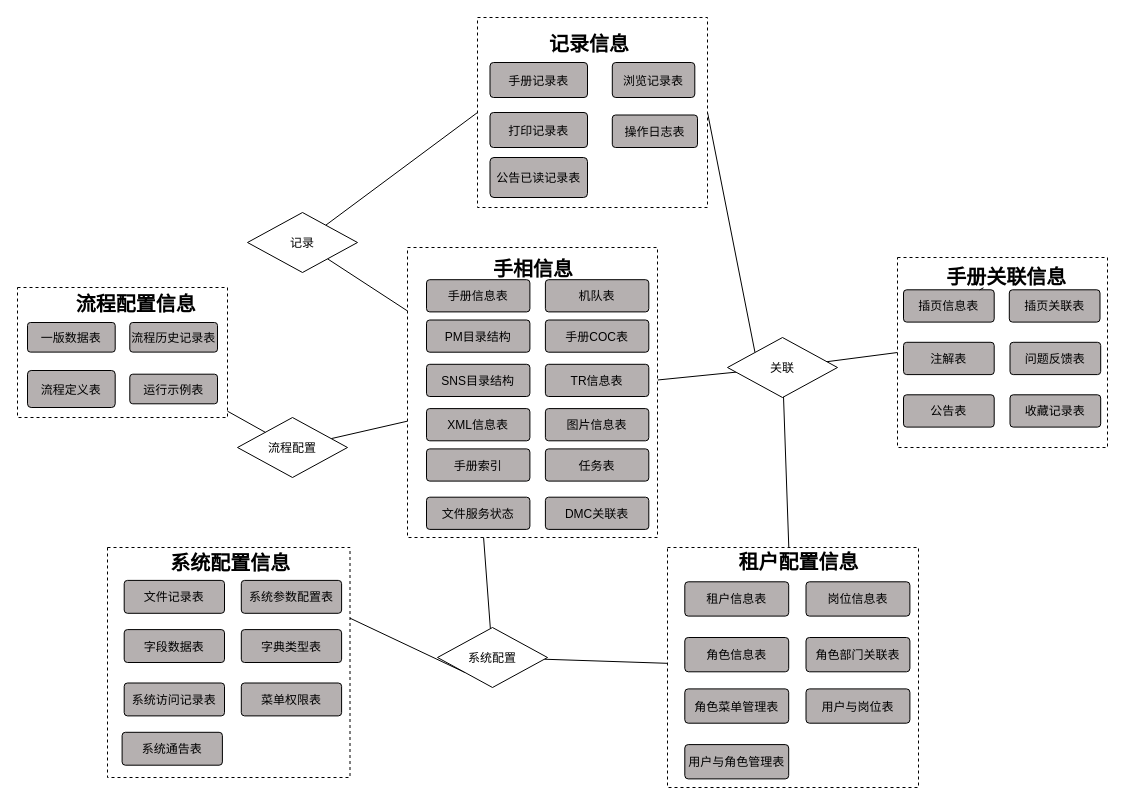
Earlier version of the draw.io diagram 数据结构图.drawio (DemonHan/KuickBuy). Source tidied: cells renumbered, new cells numbered last; positions are measured from the earlier drawing's top-left corner, leaving out a move shared by most shapes. Both pictures are drawn from the tidied source at 100%, with x=0, y=0 at pixel (17, 17).
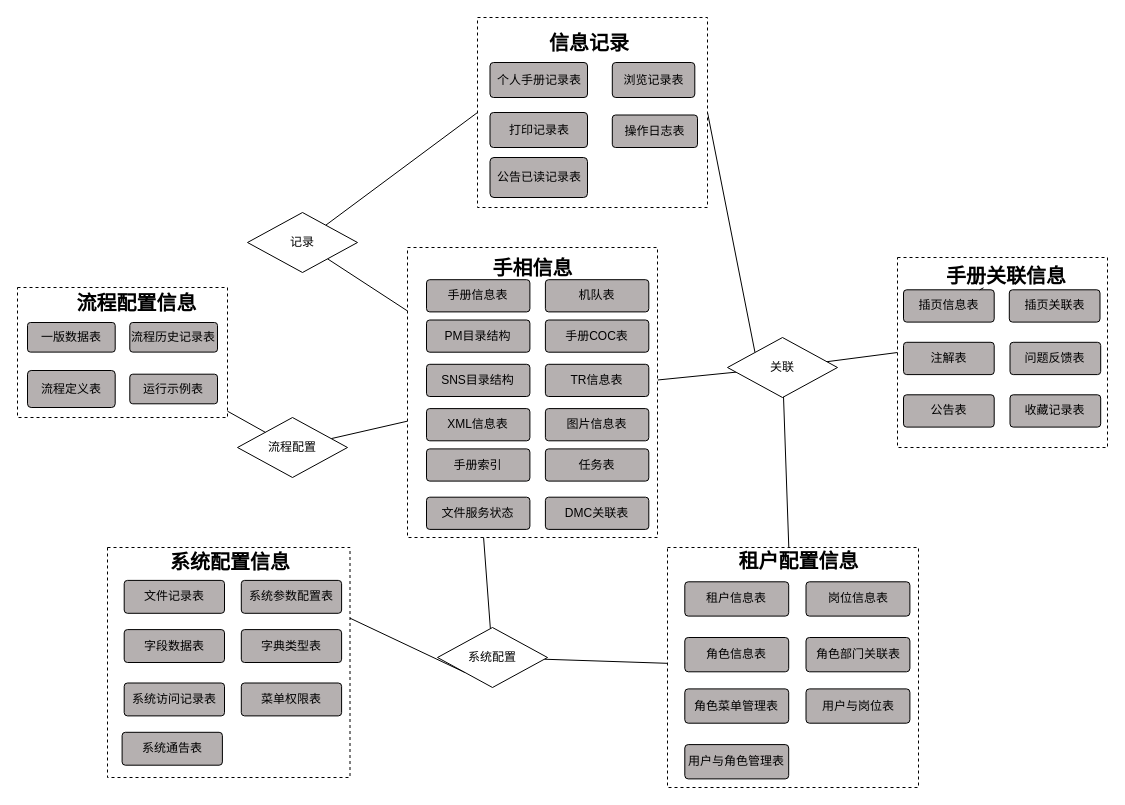
The same page after the edit.

Commit message (it also covers changes not shown here):
更新数据结构图.drawio

The edit, as a diff of the source:
```diff
@@
-    <mxCell id="3" style="rounded=0;dashed=1;" parent="1" vertex="1">
+    <mxCell id="3" style="rounded=0;dashed=1;whiteSpace=wrap;" parent="1" vertex="1">
       <mxGeometry x="460" width="230" height="190" as="geometry" />
     </mxCell>
@@
-    <mxCell id="8" value="关联" style="rhombus;" parent="1" vertex="1">
+    <mxCell id="8" value="关联" style="rhombus;whiteSpace=wrap;" parent="1" vertex="1">
       <mxGeometry x="710" y="320" width="110" height="60" as="geometry" />
     </mxCell>
@@
-    <mxCell id="10" value="浏览记录表" style="rounded=1;arcSize=10;align=center;fillColor=#b5b0b0;" parent="1" vertex="1">
+    <mxCell id="10" value="浏览记录表" style="rounded=1;arcSize=10;align=center;fillColor=#b5b0b0;whiteSpace=wrap;" parent="1" vertex="1">
       <mxGeometry x="594.8" y="45" width="82.5" height="35" as="geometry" />
     </mxCell>
-    <mxCell id="11" value="手册记录表" style="rounded=1;arcSize=10;align=center;fillColor=#b5b0b0;" parent="1" vertex="1">
+    <mxCell id="11" value="个人手册记录表" style="rounded=1;arcSize=10;align=center;fillColor=#b5b0b0;whiteSpace=wrap;" parent="1" vertex="1">
       <mxGeometry x="472.5" y="45" width="97.5" height="35" as="geometry" />
     </mxCell>
-    <mxCell id="12" value="打印记录表" style="rounded=1;arcSize=10;align=center;fillColor=#b5b0b0;" parent="1" vertex="1">
+    <mxCell id="12" value="打印记录表" style="rounded=1;arcSize=10;align=center;fillColor=#b5b0b0;whiteSpace=wrap;" parent="1" vertex="1">
       <mxGeometry x="472.5" y="95" width="97.5" height="35" as="geometry" />
     </mxCell>
@@
-    <mxCell id="15" value="记录信息" style="text;strokeColor=none;fillColor=none;align=center;verticalAlign=middle;rounded=0;fontSize=20;fontStyle=1;" parent="1" vertex="1">
+    <mxCell id="15" value="信息记录" style="text;strokeColor=none;fillColor=none;align=center;verticalAlign=middle;rounded=0;fontSize=20;fontStyle=1;whiteSpace=wrap;" parent="1" vertex="1">
       <mxGeometry x="527" y="10" width="90" height="30" as="geometry" />
     </mxCell>
-    <mxCell id="16" value="操作日志表" style="rounded=1;arcSize=10;align=center;fillColor=#b5b0b0;" parent="1" vertex="1">
+    <mxCell id="16" value="操作日志表" style="rounded=1;arcSize=10;align=center;fillColor=#b5b0b0;whiteSpace=wrap;" parent="1" vertex="1">
       <mxGeometry x="594.8" y="97.5" width="85.2" height="32.5" as="geometry" />
     </mxCell>
-    <mxCell id="17" value="记录" style="rhombus;" parent="1" vertex="1">
+    <mxCell id="17" value="记录" style="rhombus;whiteSpace=wrap;" parent="1" vertex="1">
       <mxGeometry x="230" y="195" width="110" height="60" as="geometry" />
     </mxCell>
-    <mxCell id="18" value="公告已读记录表" style="rounded=1;arcSize=10;align=center;fillColor=#b5b0b0;" parent="1" vertex="1">
+    <mxCell id="18" value="公告已读记录表" style="rounded=1;arcSize=10;align=center;fillColor=#b5b0b0;whiteSpace=wrap;" parent="1" vertex="1">
       <mxGeometry x="472.5" y="140" width="97.5" height="40" as="geometry" />
     </mxCell>
@@
-    <mxCell id="20" value="系统配置" style="rhombus;" parent="1" vertex="1">
+    <mxCell id="20" value="系统配置" style="rhombus;whiteSpace=wrap;" parent="1" vertex="1">
       <mxGeometry x="420" y="610" width="110" height="60" as="geometry" />
     </mxCell>
@@
-    <mxCell id="22" value="流程配置" style="rhombus;" parent="1" vertex="1">
+    <mxCell id="22" value="流程配置" style="rhombus;whiteSpace=wrap;" parent="1" vertex="1">
       <mxGeometry x="220" y="400" width="110" height="60" as="geometry" />
     </mxCell>
-    <mxCell id="23" style="group;labelBorderColor=default;" parent="1" vertex="1">
+    <mxCell id="23" style="group;labelBorderColor=default;whiteSpace=wrap;" parent="1" vertex="1">
       <mxGeometry x="90" y="530" width="242.5" height="230" as="geometry" />
     </mxCell>
-    <mxCell id="24" style="rounded=0;dashed=1;" parent="23" vertex="1">
+    <mxCell id="24" style="rounded=0;dashed=1;whiteSpace=wrap;" parent="23" vertex="1">
       <mxGeometry width="242.5" height="230" as="geometry" />
     </mxCell>
-    <mxCell id="25" value="文件记录表" style="rounded=1;arcSize=10;align=center;fillColor=#b5b0b0;" parent="23" vertex="1">
+    <mxCell id="25" value="文件记录表" style="rounded=1;arcSize=10;align=center;fillColor=#b5b0b0;whiteSpace=wrap;" parent="23" vertex="1">
       <mxGeometry x="16.7" y="32.9" width="100.3" height="32.9" as="geometry" />
     </mxCell>
-    <mxCell id="26" value="系统配置信息" style="text;strokeColor=none;fillColor=none;align=center;verticalAlign=middle;rounded=0;fontSize=20;fontStyle=1;" parent="23" vertex="1">
+    <mxCell id="26" value="系统配置信息" style="text;strokeColor=none;fillColor=none;align=center;verticalAlign=middle;rounded=0;fontSize=20;fontStyle=1;whiteSpace=wrap;" parent="23" vertex="1">
       <mxGeometry x="60" y="2" width="126.4" height="24.6" as="geometry" />
     </mxCell>
-    <mxCell id="27" value="系统参数配置表" style="rounded=1;arcSize=10;align=center;fillColor=#b5b0b0;" parent="23" vertex="1">
+    <mxCell id="27" value="系统参数配置表" style="rounded=1;arcSize=10;align=center;fillColor=#b5b0b0;whiteSpace=wrap;" parent="23" vertex="1">
       <mxGeometry x="133.8" y="32.9" width="100.3" height="32.9" as="geometry" />
     </mxCell>
-    <mxCell id="28" value="字段数据表" style="rounded=1;arcSize=10;align=center;fillColor=#b5b0b0;" parent="23" vertex="1">
+    <mxCell id="28" value="字段数据表" style="rounded=1;arcSize=10;align=center;fillColor=#b5b0b0;whiteSpace=wrap;" parent="23" vertex="1">
       <mxGeometry x="16.7" y="82.1" width="100.3" height="32.9" as="geometry" />
     </mxCell>
-    <mxCell id="29" value="字典类型表" style="rounded=1;arcSize=10;align=center;fillColor=#b5b0b0;" parent="23" vertex="1">
+    <mxCell id="29" value="字典类型表" style="rounded=1;arcSize=10;align=center;fillColor=#b5b0b0;whiteSpace=wrap;" parent="23" vertex="1">
       <mxGeometry x="133.8" y="82.1" width="100.3" height="32.9" as="geometry" />
     </mxCell>
-    <mxCell id="30" value="系统访问记录表" style="rounded=1;arcSize=10;align=center;fillColor=#b5b0b0;" parent="23" vertex="1">
+    <mxCell id="30" value="系统访问记录表" style="rounded=1;arcSize=10;align=center;fillColor=#b5b0b0;whiteSpace=wrap;" parent="23" vertex="1">
       <mxGeometry x="16.7" y="135.5" width="100.3" height="32.9" as="geometry" />
     </mxCell>
-    <mxCell id="31" value="菜单权限表" style="rounded=1;arcSize=10;align=center;fillColor=#b5b0b0;" parent="23" vertex="1">
+    <mxCell id="31" value="菜单权限表" style="rounded=1;arcSize=10;align=center;fillColor=#b5b0b0;whiteSpace=wrap;" parent="23" vertex="1">
       <mxGeometry x="133.8" y="135.5" width="100.3" height="32.9" as="geometry" />
     </mxCell>
-    <mxCell id="32" value="系统通告表" style="rounded=1;arcSize=10;align=center;fillColor=#b5b0b0;" parent="23" vertex="1">
+    <mxCell id="32" value="系统通告表" style="rounded=1;arcSize=10;align=center;fillColor=#b5b0b0;whiteSpace=wrap;" parent="23" vertex="1">
       <mxGeometry x="14.6" y="184.8" width="100.3" height="32.9" as="geometry" />
     </mxCell>
-    <mxCell id="33" style="group;" parent="1" vertex="1">
+    <mxCell id="33" style="group;whiteSpace=wrap;" parent="1" vertex="1">
       <mxGeometry x="650" y="530" width="251" height="240" as="geometry" />
     </mxCell>
-    <mxCell id="34" style="rounded=0;dashed=1;" parent="33" vertex="1">
+    <mxCell id="34" style="rounded=0;dashed=1;whiteSpace=wrap;" parent="33" vertex="1">
       <mxGeometry width="251" height="240" as="geometry" />
     </mxCell>
-    <mxCell id="35" value="岗位信息表" style="rounded=1;arcSize=10;align=center;fillColor=#b5b0b0;" parent="33" vertex="1">
+    <mxCell id="35" value="岗位信息表" style="rounded=1;arcSize=10;align=center;fillColor=#b5b0b0;whiteSpace=wrap;" parent="33" vertex="1">
       <mxGeometry x="138.5" y="34.3" width="103.9" height="34.3" as="geometry" />
     </mxCell>
-    <mxCell id="36" value="租户信息表" style="rounded=1;arcSize=10;align=center;fillColor=#b5b0b0;" parent="33" vertex="1">
+    <mxCell id="36" value="租户信息表" style="rounded=1;arcSize=10;align=center;fillColor=#b5b0b0;whiteSpace=wrap;" parent="33" vertex="1">
       <mxGeometry x="17.3" y="34.3" width="103.9" height="34.3" as="geometry" />
     </mxCell>
-    <mxCell id="37" value="租户配置信息" style="text;strokeColor=none;fillColor=none;align=center;verticalAlign=middle;rounded=0;fontStyle=1;fontSize=20;" parent="33" vertex="1">
+    <mxCell id="37" value="租户配置信息" style="text;strokeColor=none;fillColor=none;align=center;verticalAlign=middle;rounded=0;fontStyle=1;fontSize=20;whiteSpace=wrap;" parent="33" vertex="1">
       <mxGeometry x="63.2" width="136.8" height="25.7" as="geometry" />
     </mxCell>
-    <mxCell id="38" value="角色信息表" style="rounded=1;arcSize=10;align=center;fillColor=#b5b0b0;" parent="33" vertex="1">
+    <mxCell id="38" value="角色信息表" style="rounded=1;arcSize=10;align=center;fillColor=#b5b0b0;whiteSpace=wrap;" parent="33" vertex="1">
       <mxGeometry x="17.3" y="90" width="103.9" height="34.3" as="geometry" />
     </mxCell>
-    <mxCell id="39" value="角色部门关联表" style="rounded=1;arcSize=10;align=center;fillColor=#b5b0b0;" parent="33" vertex="1">
+    <mxCell id="39" value="角色部门关联表" style="rounded=1;arcSize=10;align=center;fillColor=#b5b0b0;whiteSpace=wrap;" parent="33" vertex="1">
       <mxGeometry x="138.5" y="90" width="103.9" height="34.3" as="geometry" />
     </mxCell>
-    <mxCell id="40" value="角色菜单管理表" style="rounded=1;arcSize=10;align=center;fillColor=#b5b0b0;" parent="33" vertex="1">
+    <mxCell id="40" value="角色菜单管理表" style="rounded=1;arcSize=10;align=center;fillColor=#b5b0b0;whiteSpace=wrap;" parent="33" vertex="1">
       <mxGeometry x="17.3" y="141.4" width="103.9" height="34.3" as="geometry" />
     </mxCell>
-    <mxCell id="41" value="用户与岗位表" style="rounded=1;arcSize=10;align=center;fillColor=#b5b0b0;" parent="33" vertex="1">
+    <mxCell id="41" value="用户与岗位表" style="rounded=1;arcSize=10;align=center;fillColor=#b5b0b0;whiteSpace=wrap;" parent="33" vertex="1">
       <mxGeometry x="138.5" y="141.4" width="103.9" height="34.3" as="geometry" />
     </mxCell>
-    <mxCell id="42" value="用户与角色管理表" style="rounded=1;arcSize=10;align=center;fillColor=#b5b0b0;" parent="33" vertex="1">
+    <mxCell id="42" value="用户与角色管理表" style="rounded=1;arcSize=10;align=center;fillColor=#b5b0b0;whiteSpace=wrap;" parent="33" vertex="1">
       <mxGeometry x="17.3" y="197.1" width="103.9" height="34.3" as="geometry" />
     </mxCell>
-    <mxCell id="43" style="group;" parent="1" vertex="1">
+    <mxCell id="43" style="group;whiteSpace=wrap;" parent="1" vertex="1">
       <mxGeometry x="390" y="230" width="250" height="290" as="geometry" />
     </mxCell>
-    <mxCell id="44" style="rounded=0;dashed=1;" parent="43" vertex="1">
+    <mxCell id="44" style="rounded=0;dashed=1;whiteSpace=wrap;" parent="43" vertex="1">
       <mxGeometry width="250" height="290" as="geometry" />
     </mxCell>
-    <mxCell id="45" value="手册信息表" style="rounded=1;arcSize=10;align=center;fillColor=#b5b0b0;" parent="43" vertex="1">
+    <mxCell id="45" value="手册信息表" style="rounded=1;arcSize=10;align=center;fillColor=#b5b0b0;whiteSpace=wrap;" parent="43" vertex="1">
       <mxGeometry x="19" y="32.2" width="103.4" height="32.2" as="geometry" />
     </mxCell>
-    <mxCell id="46" value="机队表" style="rounded=1;arcSize=10;align=center;fillColor=#b5b0b0;" parent="43" vertex="1">
+    <mxCell id="46" value="机队表" style="rounded=1;arcSize=10;align=center;fillColor=#b5b0b0;whiteSpace=wrap;" parent="43" vertex="1">
       <mxGeometry x="137.9" y="32.2" width="103.4" height="32.2" as="geometry" />
     </mxCell>
-    <mxCell id="47" value="手册索引" style="rounded=1;arcSize=10;align=center;fillColor=#b5b0b0;" parent="43" vertex="1">
+    <mxCell id="47" value="手册索引" style="rounded=1;arcSize=10;align=center;fillColor=#b5b0b0;whiteSpace=wrap;" parent="43" vertex="1">
       <mxGeometry x="19" y="201.4" width="103.4" height="32.2" as="geometry" />
     </mxCell>
-    <mxCell id="48" value="任务表" style="rounded=1;arcSize=10;align=center;fillColor=#b5b0b0;" parent="43" vertex="1">
+    <mxCell id="48" value="任务表" style="rounded=1;arcSize=10;align=center;fillColor=#b5b0b0;whiteSpace=wrap;" parent="43" vertex="1">
       <mxGeometry x="137.9" y="201.4" width="103.4" height="32.2" as="geometry" />
     </mxCell>
-    <mxCell id="49" value="TR信息表" style="rounded=1;arcSize=10;align=center;fillColor=#b5b0b0;" parent="43" vertex="1">
+    <mxCell id="49" value="TR信息表" style="rounded=1;arcSize=10;align=center;fillColor=#b5b0b0;whiteSpace=wrap;" parent="43" vertex="1">
       <mxGeometry x="137.9" y="116.8" width="103.4" height="32.2" as="geometry" />
     </mxCell>
-    <mxCell id="50" value="手册COC表" style="rounded=1;arcSize=10;align=center;fillColor=#b5b0b0;" parent="43" vertex="1">
+    <mxCell id="50" value="手册COC表" style="rounded=1;arcSize=10;align=center;fillColor=#b5b0b0;whiteSpace=wrap;" parent="43" vertex="1">
       <mxGeometry x="137.9" y="72.5" width="103.4" height="32.2" as="geometry" />
     </mxCell>
-    <mxCell id="51" value="SNS目录结构" style="rounded=1;arcSize=10;align=center;fillColor=#b5b0b0;" parent="43" vertex="1">
+    <mxCell id="51" value="SNS目录结构" style="rounded=1;arcSize=10;align=center;fillColor=#b5b0b0;whiteSpace=wrap;" parent="43" vertex="1">
       <mxGeometry x="19" y="116.8" width="103.4" height="32.2" as="geometry" />
     </mxCell>
-    <mxCell id="52" value="PM目录结构" style="rounded=1;arcSize=10;align=center;fillColor=#b5b0b0;" parent="43" vertex="1">
+    <mxCell id="52" value="PM目录结构" style="rounded=1;arcSize=10;align=center;fillColor=#b5b0b0;whiteSpace=wrap;" parent="43" vertex="1">
       <mxGeometry x="19" y="72.5" width="103.4" height="32.2" as="geometry" />
     </mxCell>
-    <mxCell id="53" value="XML信息表" style="rounded=1;arcSize=10;align=center;fillColor=#b5b0b0;" parent="43" vertex="1">
+    <mxCell id="53" value="XML信息表" style="rounded=1;arcSize=10;align=center;fillColor=#b5b0b0;whiteSpace=wrap;" parent="43" vertex="1">
       <mxGeometry x="19" y="161.1" width="103.4" height="32.2" as="geometry" />
     </mxCell>
-    <mxCell id="54" value="图片信息表" style="rounded=1;arcSize=10;align=center;fillColor=#b5b0b0;" parent="43" vertex="1">
+    <mxCell id="54" value="图片信息表" style="rounded=1;arcSize=10;align=center;fillColor=#b5b0b0;whiteSpace=wrap;" parent="43" vertex="1">
       <mxGeometry x="137.9" y="161.1" width="103.4" height="32.2" as="geometry" />
     </mxCell>
-    <mxCell id="55" value="手相信息" style="text;strokeColor=none;fillColor=none;align=center;verticalAlign=middle;rounded=0;fontSize=20;fontStyle=1;" parent="43" vertex="1">
+    <mxCell id="55" value="手相信息" style="text;strokeColor=none;fillColor=none;align=center;verticalAlign=middle;rounded=0;fontSize=20;fontStyle=1;whiteSpace=wrap;" parent="43" vertex="1">
       <mxGeometry x="80.2" y="8.1" width="91.4" height="24.2" as="geometry" />
     </mxCell>
-    <mxCell id="56" value="文件服务状态" style="rounded=1;arcSize=10;align=center;fillColor=#b5b0b0;" parent="43" vertex="1">
+    <mxCell id="56" value="文件服务状态" style="rounded=1;arcSize=10;align=center;fillColor=#b5b0b0;whiteSpace=wrap;" parent="43" vertex="1">
       <mxGeometry x="19" y="249.7" width="103.4" height="32.2" as="geometry" />
     </mxCell>
-    <mxCell id="57" value="DMC关联表" style="rounded=1;arcSize=10;align=center;fillColor=#b5b0b0;" parent="43" vertex="1">
+    <mxCell id="57" value="DMC关联表" style="rounded=1;arcSize=10;align=center;fillColor=#b5b0b0;whiteSpace=wrap;" parent="43" vertex="1">
       <mxGeometry x="137.9" y="249.7" width="103.4" height="32.2" as="geometry" />
     </mxCell>
-    <mxCell id="58" style="group;" parent="1" vertex="1">
+    <mxCell id="58" style="group;whiteSpace=wrap;" parent="1" vertex="1">
       <mxGeometry x="880" y="240" width="210" height="190" as="geometry" />
     </mxCell>
-    <mxCell id="59" style="rounded=0;dashed=1;" parent="58" vertex="1">
+    <mxCell id="59" style="rounded=0;dashed=1;whiteSpace=wrap;" parent="58" vertex="1">
       <mxGeometry width="210" height="190" as="geometry" />
     </mxCell>
-    <mxCell id="60" value="插页关联表" style="rounded=1;arcSize=10;align=center;fillColor=#b5b0b0;" parent="58" vertex="1">
+    <mxCell id="60" value="插页关联表" style="rounded=1;arcSize=10;align=center;fillColor=#b5b0b0;whiteSpace=wrap;" parent="58" vertex="1">
       <mxGeometry x="111.8" y="32.3" width="90.7" height="32.3" as="geometry" />
     </mxCell>
-    <mxCell id="61" value="插页信息表" style="rounded=1;arcSize=10;align=center;fillColor=#b5b0b0;" parent="58" vertex="1">
+    <mxCell id="61" value="插页信息表" style="rounded=1;arcSize=10;align=center;fillColor=#b5b0b0;whiteSpace=wrap;" parent="58" vertex="1">
       <mxGeometry x="6" y="32.3" width="90.7" height="32.3" as="geometry" />
     </mxCell>
@@
-    <mxCell id="63" value="手册关联信息" style="text;strokeColor=none;fillColor=none;align=center;verticalAlign=middle;rounded=0;fontSize=20;fontStyle=1;" parent="58" vertex="1">
+    <mxCell id="63" value="手册关联信息" style="text;strokeColor=none;fillColor=none;align=center;verticalAlign=middle;rounded=0;fontSize=20;fontStyle=1;whiteSpace=wrap;" parent="58" vertex="1">
       <mxGeometry x="48.3" y="6.1" width="121.7" height="24.2" as="geometry" />
     </mxCell>
-    <mxCell id="64" value="注解表" style="rounded=1;arcSize=10;align=center;fillColor=#b5b0b0;" parent="58" vertex="1">
+    <mxCell id="64" value="注解表" style="rounded=1;arcSize=10;align=center;fillColor=#b5b0b0;whiteSpace=wrap;" parent="58" vertex="1">
       <mxGeometry x="6" y="84.8" width="90.7" height="32.3" as="geometry" />
     </mxCell>
-    <mxCell id="65" value="问题反馈表" style="rounded=1;arcSize=10;align=center;fillColor=#b5b0b0;" parent="58" vertex="1">
+    <mxCell id="65" value="问题反馈表" style="rounded=1;arcSize=10;align=center;fillColor=#b5b0b0;whiteSpace=wrap;" parent="58" vertex="1">
       <mxGeometry x="112.5" y="84.8" width="90.7" height="32.3" as="geometry" />
     </mxCell>
-    <mxCell id="66" value="公告表" style="rounded=1;arcSize=10;align=center;fillColor=#b5b0b0;" parent="58" vertex="1">
+    <mxCell id="66" value="公告表" style="rounded=1;arcSize=10;align=center;fillColor=#b5b0b0;whiteSpace=wrap;" parent="58" vertex="1">
       <mxGeometry x="6" y="137.3" width="90.7" height="32.3" as="geometry" />
     </mxCell>
-    <mxCell id="67" value="收藏记录表" style="rounded=1;arcSize=10;align=center;fillColor=#b5b0b0;" parent="58" vertex="1">
+    <mxCell id="67" value="收藏记录表" style="rounded=1;arcSize=10;align=center;fillColor=#b5b0b0;whiteSpace=wrap;" parent="58" vertex="1">
       <mxGeometry x="112.5" y="137.3" width="90.7" height="32.3" as="geometry" />
     </mxCell>
-    <mxCell id="68" style="group;" parent="1" vertex="1">
+    <mxCell id="68" style="group;whiteSpace=wrap;" parent="1" vertex="1">
       <mxGeometry y="270" width="210" height="130" as="geometry" />
     </mxCell>
-    <mxCell id="69" style="rounded=0;dashed=1;" parent="68" vertex="1">
+    <mxCell id="69" style="rounded=0;dashed=1;whiteSpace=wrap;" parent="68" vertex="1">
       <mxGeometry width="210" height="130" as="geometry" />
     </mxCell>
-    <mxCell id="70" value="流程配置信息" style="text;strokeColor=none;fillColor=none;align=center;verticalAlign=middle;rounded=0;fontSize=20;fontStyle=1;" parent="68" vertex="1">
+    <mxCell id="70" value="流程配置信息" style="text;strokeColor=none;fillColor=none;align=center;verticalAlign=middle;rounded=0;fontSize=20;fontStyle=1;whiteSpace=wrap;" parent="68" vertex="1">
       <mxGeometry x="47.5" width="142.5" height="30" as="geometry" />
     </mxCell>
-    <mxCell id="71" style="group;" parent="68" vertex="1">
+    <mxCell id="71" style="group;whiteSpace=wrap;" parent="68" vertex="1">
       <mxGeometry x="10" y="35" width="190" height="85" as="geometry" />
     </mxCell>
-    <mxCell id="72" value="一版数据表" style="rounded=1;arcSize=10;align=center;fillColor=#b5b0b0;" parent="71" vertex="1">
+    <mxCell id="72" value="一版数据表" style="rounded=1;arcSize=10;align=center;fillColor=#b5b0b0;whiteSpace=wrap;" parent="71" vertex="1">
       <mxGeometry width="87.7" height="29.6" as="geometry" />
     </mxCell>
-    <mxCell id="73" value="流程历史记录表" style="rounded=1;arcSize=10;align=center;fillColor=#b5b0b0;" parent="71" vertex="1">
+    <mxCell id="73" value="流程历史记录表" style="rounded=1;arcSize=10;align=center;fillColor=#b5b0b0;whiteSpace=wrap;" parent="71" vertex="1">
       <mxGeometry x="102.3" width="87.7" height="29.6" as="geometry" />
     </mxCell>
-    <mxCell id="74" value="流程定义表" style="rounded=1;arcSize=10;align=center;fillColor=#b5b0b0;" parent="71" vertex="1">
+    <mxCell id="74" value="流程定义表" style="rounded=1;arcSize=10;align=center;fillColor=#b5b0b0;whiteSpace=wrap;" parent="71" vertex="1">
       <mxGeometry y="48" width="87.7" height="37" as="geometry" />
     </mxCell>
-    <mxCell id="75" value="运行示例表" style="rounded=1;arcSize=10;align=center;fillColor=#b5b0b0;" parent="71" vertex="1">
+    <mxCell id="75" value="运行示例表" style="rounded=1;arcSize=10;align=center;fillColor=#b5b0b0;whiteSpace=wrap;" parent="71" vertex="1">
       <mxGeometry x="102.3" y="51.7" width="87.7" height="29.6" as="geometry" />
     </mxCell>
```
